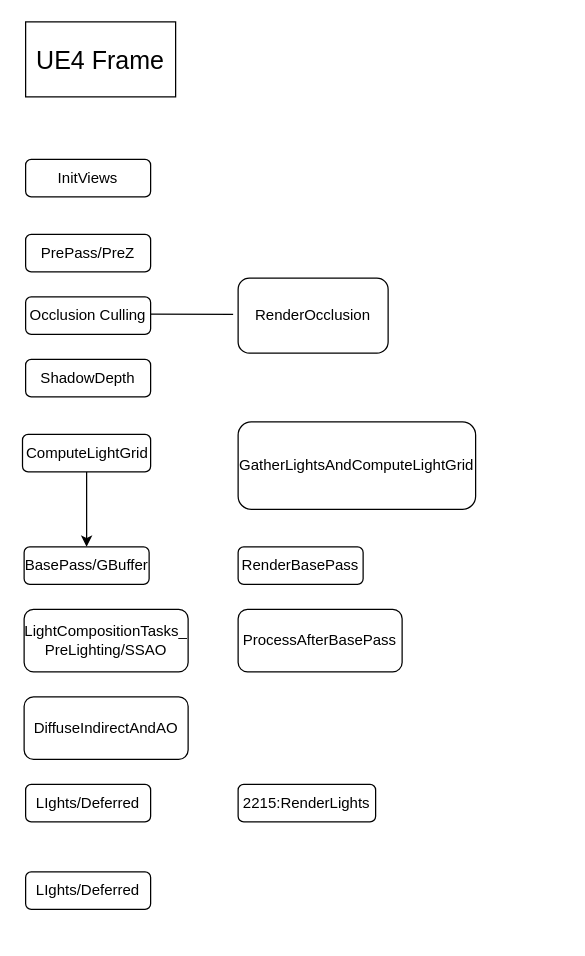
Above: UE4Gram.drawio in cedarz/UE4Gram (draw.io), before the change. Source tidied: cells renumbered, new cells numbered last; positions are measured from the earlier drawing's top-left corner, leaving out a move shared by most shapes. Both pictures are drawn from the tidied source at 125%, with x=0, y=0 at pixel (22, 21).
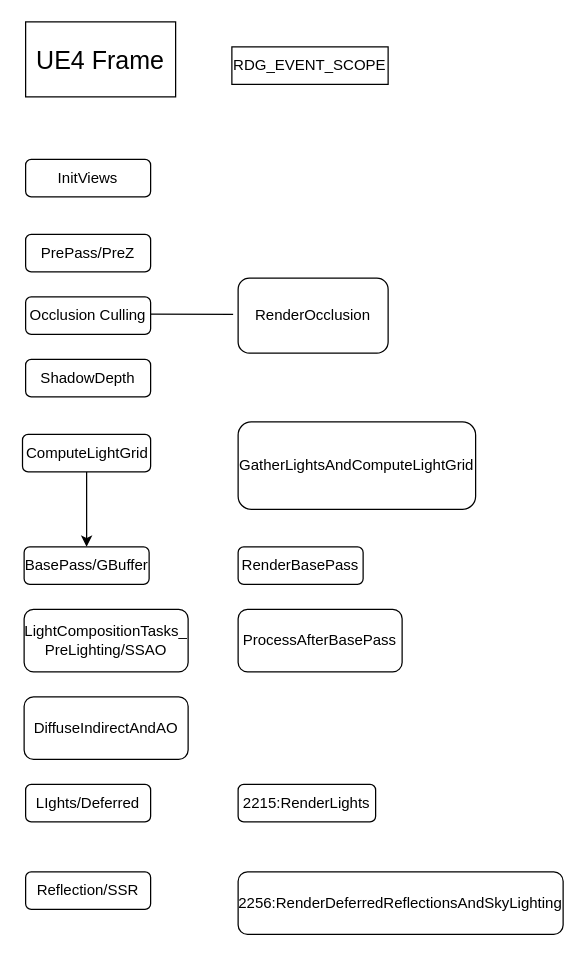
After the change.

Change to the diagram source:
```diff
@@
-    <mxCell id="17" value="LIghts/Deferred" style="rounded=1;whiteSpace=wrap;html=1;" parent="1" vertex="1">
+    <mxCell id="17" value="Reflection/SSR" style="rounded=1;whiteSpace=wrap;html=1;" parent="1" vertex="1">
       <mxGeometry x="2" y="680" width="100" height="30" as="geometry" />
     </mxCell>
@@
+    <mxCell id="20" value="2256:RenderDeferredReflectionsAndSkyLighting" style="rounded=1;html=1;whiteSpace=wrap;" parent="1" vertex="1">
+      <mxGeometry x="172" y="680" width="260" height="50" as="geometry" />
+    </mxCell>
+    <mxCell id="21" value="RDG_EVENT_SCOPE" style="rounded=0;whiteSpace=wrap;html=1;" parent="1" vertex="1">
+      <mxGeometry x="167" y="20" width="125" height="30" as="geometry" />
+    </mxCell>
```
